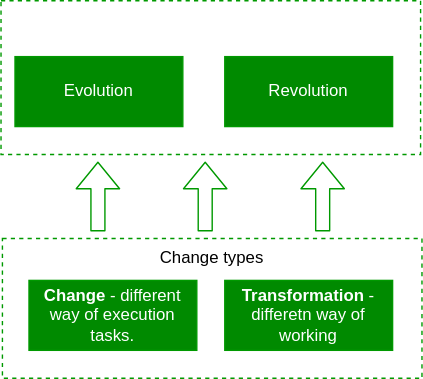
Earlier version of the draw.io export 02. Service Management/Images/change_types.drawio.svg (EnProxima/Experience). Source tidied: cells renumbered, new cells last; positions are measured from the earlier drawing's top-left corner, leaving out a move shared by most shapes. Its diagram source:
```xml
<mxGraphModel>
  <root>
    <mxCell id="0" />
    <mxCell id="1" parent="0" />
    <mxCell id="2" value="&lt;span style=&quot;color: rgb(255 , 255 , 255)&quot;&gt;Techniques&lt;/span&gt;" style="rounded=0;whiteSpace=wrap;html=1;verticalAlign=top;dashed=1;fillColor=none;strokeColor=#009900;" parent="1" vertex="1">
      <mxGeometry width="300" height="110" as="geometry" />
    </mxCell>
    <mxCell id="3" value="Change types" style="rounded=0;whiteSpace=wrap;html=1;verticalAlign=top;dashed=1;fillColor=none;strokeColor=#009900;" parent="1" vertex="1">
      <mxGeometry x="1" y="170" width="300" height="100" as="geometry" />
    </mxCell>
    <mxCell id="4" value="Evolution" style="rounded=0;whiteSpace=wrap;html=1;fillColor=#008a00;fontColor=#ffffff;strokeColor=#009900;" parent="1" vertex="1">
      <mxGeometry x="10" y="40" width="120" height="50" as="geometry" />
    </mxCell>
    <mxCell id="5" value="Revolution" style="rounded=0;whiteSpace=wrap;html=1;fillColor=#008a00;fontColor=#ffffff;strokeColor=#009900;" parent="1" vertex="1">
      <mxGeometry x="160" y="40" width="120" height="50" as="geometry" />
    </mxCell>
    <mxCell id="6" value="&lt;b&gt;Change&lt;/b&gt;- different way of execution tasks." style="rounded=0;whiteSpace=wrap;html=1;fillColor=#008a00;fontColor=#ffffff;strokeColor=#009900;" parent="1" vertex="1">
      <mxGeometry x="20" y="200" width="120" height="50" as="geometry" />
    </mxCell>
    <mxCell id="7" value="&lt;b&gt;Transformation&lt;/b&gt;- differetn way of working" style="rounded=0;whiteSpace=wrap;html=1;fillColor=#008a00;fontColor=#ffffff;strokeColor=#009900;" parent="1" vertex="1">
      <mxGeometry x="160" y="200" width="120" height="50" as="geometry" />
    </mxCell>
    <mxCell id="8" style="shape=flexArrow;endArrow=classic;html=1;strokeColor=#009900;" parent="1" edge="1">
      <mxGeometry relative="1" as="geometry">
        <mxPoint x="69.3" y="165" as="sourcePoint" />
        <mxPoint x="69.3" y="115" as="targetPoint" />
      </mxGeometry>
    </mxCell>
    <mxCell id="9" style="shape=flexArrow;endArrow=classic;html=1;strokeColor=#009900;" parent="1" edge="1">
      <mxGeometry relative="1" as="geometry">
        <mxPoint x="146" y="165" as="sourcePoint" />
        <mxPoint x="146" y="115" as="targetPoint" />
      </mxGeometry>
    </mxCell>
    <mxCell id="10" style="shape=flexArrow;endArrow=classic;html=1;strokeColor=#009900;" parent="1" edge="1">
      <mxGeometry relative="1" as="geometry">
        <mxPoint x="230" y="165" as="sourcePoint" />
        <mxPoint x="230" y="115" as="targetPoint" />
      </mxGeometry>
    </mxCell>
  </root>
</mxGraphModel>
```
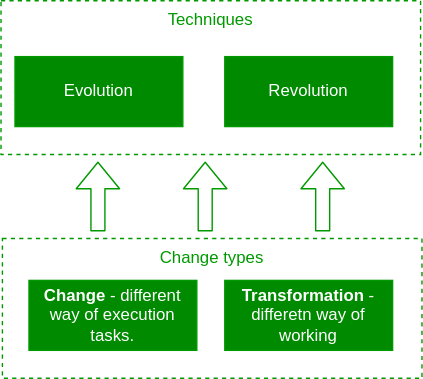
The same file after the commit.

Commit message:
change font color

Change to the diagram source:
```diff
@@ -2,10 +2,10 @@
   <root>
     <mxCell id="0" />
     <mxCell id="1" parent="0" />
-    <mxCell id="2" value="&lt;span style=&quot;color: rgb(255 , 255 , 255)&quot;&gt;Techniques&lt;/span&gt;" style="rounded=0;whiteSpace=wrap;html=1;verticalAlign=top;dashed=1;fillColor=none;strokeColor=#009900;" parent="1" vertex="1">
+    <mxCell id="2" value="&lt;span style=&quot;&quot;&gt;Techniques&lt;/span&gt;" style="rounded=0;whiteSpace=wrap;html=1;verticalAlign=top;dashed=1;fillColor=none;strokeColor=#009900;fontColor=#009900;" parent="1" vertex="1">
       <mxGeometry width="300" height="110" as="geometry" />
     </mxCell>
-    <mxCell id="3" value="Change types" style="rounded=0;whiteSpace=wrap;html=1;verticalAlign=top;dashed=1;fillColor=none;strokeColor=#009900;" parent="1" vertex="1">
+    <mxCell id="3" value="Change types" style="rounded=0;whiteSpace=wrap;html=1;verticalAlign=top;dashed=1;fillColor=none;strokeColor=#009900;fontColor=#009900;" parent="1" vertex="1">
       <mxGeometry x="1" y="170" width="300" height="100" as="geometry" />
     </mxCell>
     <mxCell id="4" value="Evolution" style="rounded=0;whiteSpace=wrap;html=1;fillColor=#008a00;fontColor=#ffffff;strokeColor=#009900;" parent="1" vertex="1">
```
